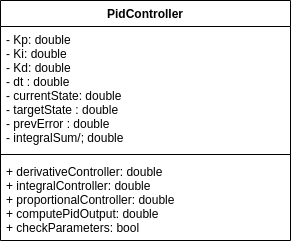
Earlier version of the draw.io export UML/umlDiagram.png (mahimaarora2208/PID_Controller_TDD). Source tidied: cells renumbered, new cells last; positions are measured from the earlier drawing's top-left corner, leaving out a move shared by most shapes. Source of this version:
```xml
<mxGraphModel>
  <root>
    <mxCell id="0" />
    <mxCell id="1" parent="0" />
    <mxCell id="2" value="PidController" style="swimlane;fontStyle=1;align=center;verticalAlign=top;horizontal=1;startSize=26;" parent="1" vertex="1">
      <mxGeometry width="290" height="240" as="geometry" />
    </mxCell>
    <mxCell id="3" value="- Kp: double&#10;- Ki: double&#10;- Kd: double&#10;- dt : double&#10;- currentState: double&#10;- targetState : double&#10;- prevError : double&#10;- integralSum/; double" style="text;strokeColor=none;fillColor=none;align=left;verticalAlign=top;spacingLeft=4;spacingRight=4;overflow=hidden;" parent="2" vertex="1">
      <mxGeometry y="26" width="290" height="124" as="geometry" />
    </mxCell>
    <mxCell id="4" style="line;strokeWidth=1;fillColor=none;align=left;verticalAlign=middle;spacingTop=-1;spacingLeft=3;spacingRight=3;labelPosition=right;strokeColor=inherit;" parent="2" vertex="1">
      <mxGeometry y="150" width="290" height="8" as="geometry" />
    </mxCell>
    <mxCell id="5" value="+ derivativeController: double&#10;+ integralController: double&#10;+ proportionalController: double&#10;+ computePidOutput: double&#10;+ checkParameters: bool" style="text;strokeColor=none;fillColor=none;align=left;verticalAlign=top;spacingLeft=4;spacingRight=4;overflow=hidden;" parent="2" vertex="1">
      <mxGeometry y="158" width="290" height="82" as="geometry" />
    </mxCell>
  </root>
</mxGraphModel>
```
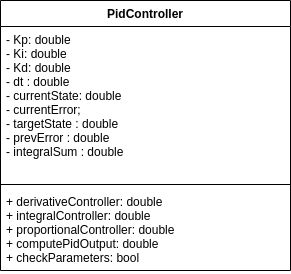
The same diagram one commit later.

Commit message:
added uml diagram

The edit, as a diff of the source:
```diff
@@ -3,16 +3,16 @@
     <mxCell id="0" />
     <mxCell id="1" parent="0" />
     <mxCell id="2" value="PidController" style="swimlane;fontStyle=1;align=center;verticalAlign=top;horizontal=1;startSize=26;" parent="1" vertex="1">
-      <mxGeometry width="290" height="240" as="geometry" />
+      <mxGeometry width="290" height="270" as="geometry" />
     </mxCell>
-    <mxCell id="3" value="- Kp: double&#10;- Ki: double&#10;- Kd: double&#10;- dt : double&#10;- currentState: double&#10;- targetState : double&#10;- prevError : double&#10;- integralSum/; double" style="text;strokeColor=none;fillColor=none;align=left;verticalAlign=top;spacingLeft=4;spacingRight=4;overflow=hidden;" parent="2" vertex="1">
-      <mxGeometry y="26" width="290" height="124" as="geometry" />
+    <mxCell id="3" value="- Kp: double&#10;- Ki: double&#10;- Kd: double&#10;- dt : double&#10;- currentState: double&#10;- currentError;&#10;- targetState : double&#10;- prevError : double&#10;- integralSum : double" style="text;strokeColor=none;fillColor=none;align=left;verticalAlign=top;spacingLeft=4;spacingRight=4;overflow=hidden;" parent="2" vertex="1">
+      <mxGeometry y="26" width="290" height="154" as="geometry" />
     </mxCell>
     <mxCell id="4" style="line;strokeWidth=1;fillColor=none;align=left;verticalAlign=middle;spacingTop=-1;spacingLeft=3;spacingRight=3;labelPosition=right;strokeColor=inherit;" parent="2" vertex="1">
-      <mxGeometry y="150" width="290" height="8" as="geometry" />
+      <mxGeometry y="180" width="290" height="8" as="geometry" />
     </mxCell>
     <mxCell id="5" value="+ derivativeController: double&#10;+ integralController: double&#10;+ proportionalController: double&#10;+ computePidOutput: double&#10;+ checkParameters: bool" style="text;strokeColor=none;fillColor=none;align=left;verticalAlign=top;spacingLeft=4;spacingRight=4;overflow=hidden;" parent="2" vertex="1">
-      <mxGeometry y="158" width="290" height="82" as="geometry" />
+      <mxGeometry y="188" width="290" height="82" as="geometry" />
     </mxCell>
   </root>
 </mxGraphModel>
```
